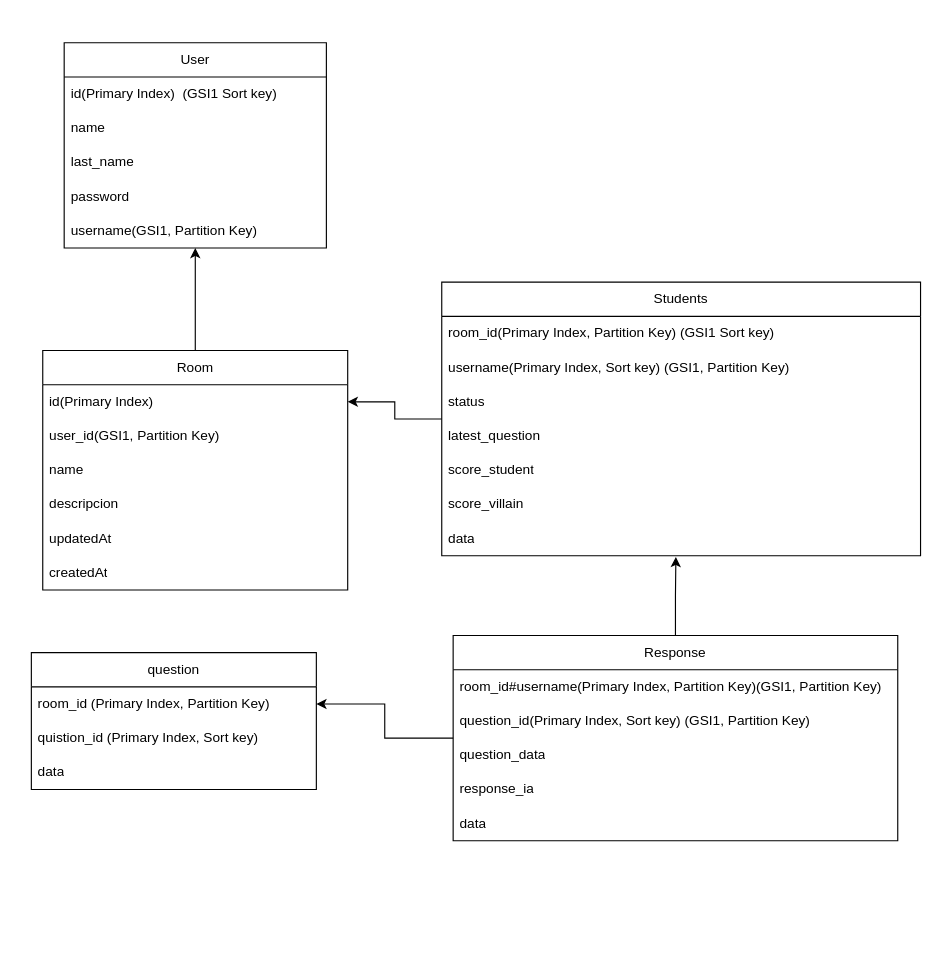
This is page "Página-3" (4 of 6) of archivos_extras/ArquitecturaBack.drawio from jhimyj/Aula360, a draw.io file, before an edit. Source tidied: cells renumbered, new cells numbered last; positions are measured from the earlier drawing's top-left corner, leaving out a move shared by most shapes. Both pictures are drawn from the tidied source at 114%, with x=0, y=0 at pixel (31, 42).
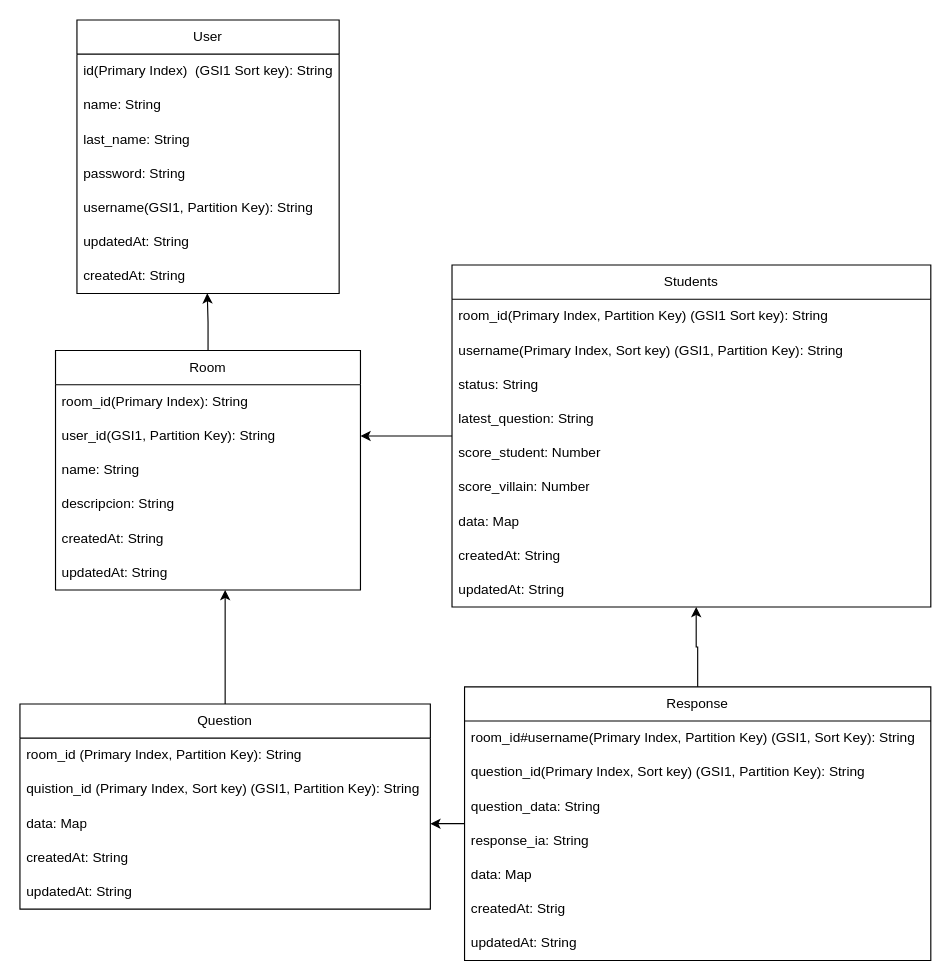
The same page after the edit.

Change to the diagram source:
```diff
@@
     <mxCell id="2" value="User" style="swimlane;fontStyle=0;horizontal=1;startSize=30;whiteSpace=wrap;html=1;" parent="1" vertex="1">
-      <mxGeometry x="28.8" width="230" height="180" as="geometry" />
+      <mxGeometry x="40" y="-20" width="230" height="240" as="geometry" />
     </mxCell>
-    <mxCell id="3" value="id(Primary Index)&amp;nbsp;&amp;nbsp;(GSI1 Sort key)" style="text;strokeColor=none;fillColor=none;align=left;verticalAlign=middle;spacingLeft=4;spacingRight=4;overflow=hidden;whiteSpace=wrap;html=1;" parent="2" vertex="1">
+    <mxCell id="3" value="id(Primary Index)&amp;nbsp;&amp;nbsp;(GSI1 Sort key): String" style="text;strokeColor=none;fillColor=none;align=left;verticalAlign=middle;spacingLeft=4;spacingRight=4;overflow=hidden;whiteSpace=wrap;html=1;" parent="2" vertex="1">
       <mxGeometry y="30" width="230" height="30" as="geometry" />
     </mxCell>
-    <mxCell id="4" value="name" style="text;strokeColor=none;fillColor=none;align=left;verticalAlign=middle;spacingLeft=4;spacingRight=4;overflow=hidden;whiteSpace=wrap;html=1;" parent="2" vertex="1">
+    <mxCell id="4" value="name: String" style="text;strokeColor=none;fillColor=none;align=left;verticalAlign=middle;spacingLeft=4;spacingRight=4;overflow=hidden;whiteSpace=wrap;html=1;" parent="2" vertex="1">
       <mxGeometry y="60" width="230" height="30" as="geometry" />
     </mxCell>
-    <mxCell id="5" value="last_name" style="text;strokeColor=none;fillColor=none;align=left;verticalAlign=middle;spacingLeft=4;spacingRight=4;overflow=hidden;whiteSpace=wrap;html=1;" parent="2" vertex="1">
+    <mxCell id="5" value="last_name: String" style="text;strokeColor=none;fillColor=none;align=left;verticalAlign=middle;spacingLeft=4;spacingRight=4;overflow=hidden;whiteSpace=wrap;html=1;" parent="2" vertex="1">
       <mxGeometry y="90" width="230" height="30" as="geometry" />
     </mxCell>
-    <mxCell id="6" value="password" style="text;strokeColor=none;fillColor=none;align=left;verticalAlign=middle;spacingLeft=4;spacingRight=4;overflow=hidden;whiteSpace=wrap;html=1;" parent="2" vertex="1">
+    <mxCell id="6" value="password: String" style="text;strokeColor=none;fillColor=none;align=left;verticalAlign=middle;spacingLeft=4;spacingRight=4;overflow=hidden;whiteSpace=wrap;html=1;" parent="2" vertex="1">
       <mxGeometry y="120" width="230" height="30" as="geometry" />
     </mxCell>
-    <mxCell id="7" value="username(GSI1, Partition Key)" style="text;strokeColor=none;fillColor=none;align=left;verticalAlign=middle;spacingLeft=4;spacingRight=4;overflow=hidden;points=[[0,0.5],[1,0.5]];portConstraint=eastwest;whiteSpace=wrap;html=1;" parent="2" vertex="1">
+    <mxCell id="7" value="username(GSI1, Partition Key): String" style="text;strokeColor=none;fillColor=none;align=left;verticalAlign=middle;spacingLeft=4;spacingRight=4;overflow=hidden;points=[[0,0.5],[1,0.5]];portConstraint=eastwest;whiteSpace=wrap;html=1;" parent="2" vertex="1">
       <mxGeometry y="150" width="230" height="30" as="geometry" />
     </mxCell>
+    <mxCell id="37" value="updatedAt: String" style="text;strokeColor=none;fillColor=none;align=left;verticalAlign=middle;spacingLeft=4;spacingRight=4;overflow=hidden;whiteSpace=wrap;html=1;" parent="2" vertex="1">
+      <mxGeometry y="180" width="230" height="30" as="geometry" />
+    </mxCell>
+    <mxCell id="38" value="createdAt: String" style="text;strokeColor=none;fillColor=none;align=left;verticalAlign=middle;spacingLeft=4;spacingRight=4;overflow=hidden;points=[[0,0.5],[1,0.5]];portConstraint=eastwest;whiteSpace=wrap;html=1;" parent="2" vertex="1">
+      <mxGeometry y="210" width="230" height="30" as="geometry" />
+    </mxCell>
     <mxCell id="8" value="Room" style="swimlane;fontStyle=0;horizontal=1;startSize=30;whiteSpace=wrap;html=1;" parent="1" vertex="1">
-      <mxGeometry x="10" y="270" width="267.5" height="210" as="geometry" />
+      <mxGeometry x="21.2" y="270" width="267.5" height="210" as="geometry" />
     </mxCell>
-    <mxCell id="9" value="id(Primary Index)&amp;nbsp;" style="text;strokeColor=none;fillColor=none;align=left;verticalAlign=middle;spacingLeft=4;spacingRight=4;overflow=hidden;points=[[0,0.5],[1,0.5]];portConstraint=eastwest;whiteSpace=wrap;html=1;" parent="8" vertex="1">
+    <mxCell id="9" value="room_id(Primary Index): String" style="text;strokeColor=none;fillColor=none;align=left;verticalAlign=middle;spacingLeft=4;spacingRight=4;overflow=hidden;points=[[0,0.5],[1,0.5]];portConstraint=eastwest;whiteSpace=wrap;html=1;" parent="8" vertex="1">
       <mxGeometry y="30" width="267.5" height="30" as="geometry" />
     </mxCell>
-    <mxCell id="10" value="user_id(GSI1, Partition Key)&amp;nbsp;" style="text;strokeColor=none;fillColor=none;align=left;verticalAlign=middle;spacingLeft=4;spacingRight=4;overflow=hidden;points=[[0,0.5],[1,0.5]];portConstraint=eastwest;whiteSpace=wrap;html=1;" parent="8" vertex="1">
+    <mxCell id="10" value="user_id(GSI1, Partition Key): String" style="text;strokeColor=none;fillColor=none;align=left;verticalAlign=middle;spacingLeft=4;spacingRight=4;overflow=hidden;points=[[0,0.5],[1,0.5]];portConstraint=eastwest;whiteSpace=wrap;html=1;" parent="8" vertex="1">
       <mxGeometry y="60" width="267.5" height="30" as="geometry" />
     </mxCell>
-    <mxCell id="11" value="name" style="text;strokeColor=none;fillColor=none;align=left;verticalAlign=middle;spacingLeft=4;spacingRight=4;overflow=hidden;whiteSpace=wrap;html=1;" parent="8" vertex="1">
+    <mxCell id="11" value="name: String" style="text;strokeColor=none;fillColor=none;align=left;verticalAlign=middle;spacingLeft=4;spacingRight=4;overflow=hidden;whiteSpace=wrap;html=1;" parent="8" vertex="1">
       <mxGeometry y="90" width="267.5" height="30" as="geometry" />
     </mxCell>
-    <mxCell id="12" value="descripcion" style="text;strokeColor=none;fillColor=none;align=left;verticalAlign=middle;spacingLeft=4;spacingRight=4;overflow=hidden;whiteSpace=wrap;html=1;" parent="8" vertex="1">
+    <mxCell id="12" value="descripcion: String" style="text;strokeColor=none;fillColor=none;align=left;verticalAlign=middle;spacingLeft=4;spacingRight=4;overflow=hidden;whiteSpace=wrap;html=1;" parent="8" vertex="1">
       <mxGeometry y="120" width="267.5" height="30" as="geometry" />
     </mxCell>
-    <mxCell id="13" value="updatedAt" style="text;strokeColor=none;fillColor=none;align=left;verticalAlign=middle;spacingLeft=4;spacingRight=4;overflow=hidden;whiteSpace=wrap;html=1;" parent="8" vertex="1">
+    <mxCell id="13" value="createdAt: String" style="text;strokeColor=none;fillColor=none;align=left;verticalAlign=middle;spacingLeft=4;spacingRight=4;overflow=hidden;whiteSpace=wrap;html=1;" parent="8" vertex="1">
       <mxGeometry y="150" width="267.5" height="30" as="geometry" />
     </mxCell>
-    <mxCell id="14" value="createdAt" style="text;strokeColor=none;fillColor=none;align=left;verticalAlign=middle;spacingLeft=4;spacingRight=4;overflow=hidden;whiteSpace=wrap;html=1;" parent="8" vertex="1">
+    <mxCell id="14" value="updatedAt: String" style="text;strokeColor=none;fillColor=none;align=left;verticalAlign=middle;spacingLeft=4;spacingRight=4;overflow=hidden;whiteSpace=wrap;html=1;" parent="8" vertex="1">
       <mxGeometry y="180" width="267.5" height="30" as="geometry" />
     </mxCell>
-    <mxCell id="15" value="question" style="swimlane;fontStyle=0;horizontal=1;startSize=30;whiteSpace=wrap;html=1;" parent="1" vertex="1">
-      <mxGeometry y="535" width="250" height="120" as="geometry" />
+    <mxCell id="15" value="Question" style="swimlane;fontStyle=0;horizontal=1;startSize=30;whiteSpace=wrap;html=1;" parent="1" vertex="1">
+      <mxGeometry x="-10" y="580" width="360" height="180" as="geometry" />
     </mxCell>
-    <mxCell id="16" value="room_id (Primary Index, Partition Key)" style="text;strokeColor=none;fillColor=none;align=left;verticalAlign=middle;spacingLeft=4;spacingRight=4;overflow=hidden;points=[[0,0.5],[1,0.5]];portConstraint=eastwest;whiteSpace=wrap;html=1;" parent="15" vertex="1">
-      <mxGeometry y="30" width="250" height="30" as="geometry" />
+    <mxCell id="16" value="room_id (Primary Index, Partition Key): String" style="text;strokeColor=none;fillColor=none;align=left;verticalAlign=middle;spacingLeft=4;spacingRight=4;overflow=hidden;points=[[0,0.5],[1,0.5]];portConstraint=eastwest;whiteSpace=wrap;html=1;" parent="15" vertex="1">
+      <mxGeometry y="30" width="360" height="30" as="geometry" />
     </mxCell>
-    <mxCell id="17" value="quistion_id (Primary Index, Sort key)" style="text;strokeColor=none;fillColor=none;align=left;verticalAlign=middle;spacingLeft=4;spacingRight=4;overflow=hidden;whiteSpace=wrap;html=1;" parent="15" vertex="1">
-      <mxGeometry y="60" width="250" height="30" as="geometry" />
+    <mxCell id="17" value="quistion_id (Primary Index, Sort key) (GSI1, Partition Key): String&amp;nbsp;" style="text;strokeColor=none;fillColor=none;align=left;verticalAlign=middle;spacingLeft=4;spacingRight=4;overflow=hidden;whiteSpace=wrap;html=1;" parent="15" vertex="1">
+      <mxGeometry y="60" width="360" height="30" as="geometry" />
     </mxCell>
-    <mxCell id="18" value="data" style="text;strokeColor=none;fillColor=none;align=left;verticalAlign=middle;spacingLeft=4;spacingRight=4;overflow=hidden;points=[[0,0.5],[1,0.5]];portConstraint=eastwest;whiteSpace=wrap;html=1;" parent="15" vertex="1">
-      <mxGeometry y="90" width="250" height="30" as="geometry" />
+    <mxCell id="18" value="data: Map" style="text;strokeColor=none;fillColor=none;align=left;verticalAlign=middle;spacingLeft=4;spacingRight=4;overflow=hidden;points=[[0,0.5],[1,0.5]];portConstraint=eastwest;whiteSpace=wrap;html=1;" parent="15" vertex="1">
+      <mxGeometry y="90" width="360" height="30" as="geometry" />
     </mxCell>
-    <mxCell id="19" style="edgeStyle=orthogonalEdgeStyle;rounded=0;jettySize=auto;html=1;entryX=1;entryY=0.5;entryDx=0;entryDy=0;" parent="1" edge="1" source="20" target="16">
-      <mxGeometry relative="1" as="geometry" />
-    </mxCell>
+    <mxCell id="39" value="createdAt: String" style="text;strokeColor=none;fillColor=none;align=left;verticalAlign=middle;spacingLeft=4;spacingRight=4;overflow=hidden;whiteSpace=wrap;html=1;" parent="15" vertex="1">
+      <mxGeometry y="120" width="360" height="30" as="geometry" />
+    </mxCell>
+    <mxCell id="40" value="updatedAt: String" style="text;strokeColor=none;fillColor=none;align=left;verticalAlign=middle;spacingLeft=4;spacingRight=4;overflow=hidden;whiteSpace=wrap;html=1;" parent="15" vertex="1">
+      <mxGeometry y="150" width="360" height="30" as="geometry" />
+    </mxCell>
+    <mxCell id="41" style="edgeStyle=orthogonalEdgeStyle;rounded=0;jettySize=auto;html=1;entryX=1;entryY=0.5;entryDx=0;entryDy=0;" parent="1" edge="1" source="20" target="18">
+      <mxGeometry relative="1" as="geometry" />
+    </mxCell>
     <mxCell id="20" value="Response" style="swimlane;fontStyle=0;horizontal=1;startSize=30;whiteSpace=wrap;html=1;" parent="1" vertex="1">
-      <mxGeometry x="370" y="520" width="390" height="180" as="geometry" />
+      <mxGeometry x="380" y="565" width="409" height="240" as="geometry" />
     </mxCell>
-    <mxCell id="21" value="room_id#username(Primary Index, Partition Key)(GSI1, Partition Key)" style="text;strokeColor=none;fillColor=none;align=left;verticalAlign=middle;spacingLeft=4;spacingRight=4;overflow=hidden;whiteSpace=wrap;html=1;" parent="20" vertex="1">
-      <mxGeometry y="30" width="390" height="30" as="geometry" />
+    <mxCell id="21" value="room_id#username(Primary Index, Partition Key) (GSI1, Sort&amp;nbsp;Key): String" style="text;strokeColor=none;fillColor=none;align=left;verticalAlign=middle;spacingLeft=4;spacingRight=4;overflow=hidden;whiteSpace=wrap;html=1;" parent="20" vertex="1">
+      <mxGeometry y="30" width="409" height="30" as="geometry" />
     </mxCell>
-    <mxCell id="22" value="question_id(Primary Index, Sort key) (GSI1, Partition Key)" style="text;strokeColor=none;fillColor=none;align=left;verticalAlign=middle;spacingLeft=4;spacingRight=4;overflow=hidden;whiteSpace=wrap;html=1;" parent="20" vertex="1">
-      <mxGeometry y="60" width="390" height="30" as="geometry" />
+    <mxCell id="22" value="question_id(Primary Index, Sort key) (GSI1, Partition Key): String" style="text;strokeColor=none;fillColor=none;align=left;verticalAlign=middle;spacingLeft=4;spacingRight=4;overflow=hidden;whiteSpace=wrap;html=1;" parent="20" vertex="1">
+      <mxGeometry y="60" width="409" height="30" as="geometry" />
     </mxCell>
-    <mxCell id="23" value="question_data" style="text;strokeColor=none;fillColor=none;align=left;verticalAlign=middle;spacingLeft=4;spacingRight=4;overflow=hidden;whiteSpace=wrap;html=1;" parent="20" vertex="1">
-      <mxGeometry y="90" width="390" height="30" as="geometry" />
+    <mxCell id="23" value="question_data: String" style="text;strokeColor=none;fillColor=none;align=left;verticalAlign=middle;spacingLeft=4;spacingRight=4;overflow=hidden;whiteSpace=wrap;html=1;" parent="20" vertex="1">
+      <mxGeometry y="90" width="409" height="30" as="geometry" />
     </mxCell>
-    <mxCell id="24" value="response_ia" style="text;strokeColor=none;fillColor=none;align=left;verticalAlign=middle;spacingLeft=4;spacingRight=4;overflow=hidden;whiteSpace=wrap;html=1;" parent="20" vertex="1">
-      <mxGeometry y="120" width="390" height="30" as="geometry" />
+    <mxCell id="24" value="response_ia: String" style="text;strokeColor=none;fillColor=none;align=left;verticalAlign=middle;spacingLeft=4;spacingRight=4;overflow=hidden;whiteSpace=wrap;html=1;" parent="20" vertex="1">
+      <mxGeometry y="120" width="409" height="30" as="geometry" />
     </mxCell>
-    <mxCell id="25" value="data" style="text;strokeColor=none;fillColor=none;align=left;verticalAlign=middle;spacingLeft=4;spacingRight=4;overflow=hidden;whiteSpace=wrap;html=1;" parent="20" vertex="1">
-      <mxGeometry y="150" width="390" height="30" as="geometry" />
+    <mxCell id="25" value="data: Map" style="text;strokeColor=none;fillColor=none;align=left;verticalAlign=middle;spacingLeft=4;spacingRight=4;overflow=hidden;whiteSpace=wrap;html=1;" parent="20" vertex="1">
+      <mxGeometry y="150" width="409" height="30" as="geometry" />
     </mxCell>
-    <mxCell id="26" style="edgeStyle=orthogonalEdgeStyle;rounded=0;jettySize=auto;html=1;entryX=0.5;entryY=1;entryDx=0;entryDy=0;entryPerimeter=0;" parent="1" edge="1" source="8" target="7">
-      <mxGeometry relative="1" as="geometry" />
-    </mxCell>
-    <mxCell id="27" style="edgeStyle=orthogonalEdgeStyle;rounded=0;jettySize=auto;html=1;entryX=1;entryY=0.5;entryDx=0;entryDy=0;" parent="1" edge="1" source="28" target="9">
-      <mxGeometry relative="1" as="geometry" />
-    </mxCell>
+    <mxCell id="42" value="createdAt: Strig" style="text;strokeColor=none;fillColor=none;align=left;verticalAlign=middle;spacingLeft=4;spacingRight=4;overflow=hidden;whiteSpace=wrap;html=1;" parent="20" vertex="1">
+      <mxGeometry y="180" width="409" height="30" as="geometry" />
+    </mxCell>
+    <mxCell id="43" value="updatedAt: String" style="text;strokeColor=none;fillColor=none;align=left;verticalAlign=middle;spacingLeft=4;spacingRight=4;overflow=hidden;whiteSpace=wrap;html=1;" parent="20" vertex="1">
+      <mxGeometry y="210" width="409" height="30" as="geometry" />
+    </mxCell>
+    <mxCell id="44" style="edgeStyle=orthogonalEdgeStyle;rounded=0;jettySize=auto;html=1;entryX=1;entryY=0.5;entryDx=0;entryDy=0;" parent="1" edge="1" source="28" target="10">
+      <mxGeometry relative="1" as="geometry" />
+    </mxCell>
     <mxCell id="28" value="Students" style="swimlane;fontStyle=0;horizontal=1;startSize=30;whiteSpace=wrap;html=1;" parent="1" vertex="1">
-      <mxGeometry x="360" y="210" width="420" height="240" as="geometry" />
+      <mxGeometry x="369" y="195" width="420" height="300" as="geometry" />
     </mxCell>
-    <mxCell id="29" value="room_id(Primary Index, Partition Key) (GSI1 Sort key)" style="text;strokeColor=none;fillColor=none;align=left;verticalAlign=middle;spacingLeft=4;spacingRight=4;overflow=hidden;whiteSpace=wrap;html=1;" parent="28" vertex="1">
+    <mxCell id="29" value="room_id(Primary Index, Partition Key) (GSI1 Sort key): String" style="text;strokeColor=none;fillColor=none;align=left;verticalAlign=middle;spacingLeft=4;spacingRight=4;overflow=hidden;whiteSpace=wrap;html=1;" parent="28" vertex="1">
       <mxGeometry y="30" width="420" height="30" as="geometry" />
     </mxCell>
-    <mxCell id="30" value="username(Primary Index, Sort key) (GSI1, Partition Key)" style="text;strokeColor=none;fillColor=none;align=left;verticalAlign=middle;spacingLeft=4;spacingRight=4;overflow=hidden;whiteSpace=wrap;html=1;" parent="28" vertex="1">
+    <mxCell id="30" value="username(Primary Index, Sort key) (GSI1, Partition Key): String" style="text;strokeColor=none;fillColor=none;align=left;verticalAlign=middle;spacingLeft=4;spacingRight=4;overflow=hidden;whiteSpace=wrap;html=1;" parent="28" vertex="1">
       <mxGeometry y="60" width="420" height="30" as="geometry" />
     </mxCell>
-    <mxCell id="31" value="status" style="text;strokeColor=none;fillColor=none;align=left;verticalAlign=middle;spacingLeft=4;spacingRight=4;overflow=hidden;whiteSpace=wrap;html=1;" parent="28" vertex="1">
+    <mxCell id="31" value="status: String" style="text;strokeColor=none;fillColor=none;align=left;verticalAlign=middle;spacingLeft=4;spacingRight=4;overflow=hidden;whiteSpace=wrap;html=1;" parent="28" vertex="1">
       <mxGeometry y="90" width="420" height="30" as="geometry" />
     </mxCell>
-    <mxCell id="32" value="latest_question" style="text;strokeColor=none;fillColor=none;align=left;verticalAlign=middle;spacingLeft=4;spacingRight=4;overflow=hidden;whiteSpace=wrap;html=1;" parent="28" vertex="1">
+    <mxCell id="32" value="latest_question: String" style="text;strokeColor=none;fillColor=none;align=left;verticalAlign=middle;spacingLeft=4;spacingRight=4;overflow=hidden;whiteSpace=wrap;html=1;" parent="28" vertex="1">
       <mxGeometry y="120" width="420" height="30" as="geometry" />
     </mxCell>
-    <mxCell id="33" value="score_student" style="text;strokeColor=none;fillColor=none;align=left;verticalAlign=middle;spacingLeft=4;spacingRight=4;overflow=hidden;whiteSpace=wrap;html=1;" parent="28" vertex="1">
+    <mxCell id="33" value="score_student: Number" style="text;strokeColor=none;fillColor=none;align=left;verticalAlign=middle;spacingLeft=4;spacingRight=4;overflow=hidden;whiteSpace=wrap;html=1;" parent="28" vertex="1">
       <mxGeometry y="150" width="420" height="30" as="geometry" />
     </mxCell>
-    <mxCell id="34" value="score_villain" style="text;strokeColor=none;fillColor=none;align=left;verticalAlign=middle;spacingLeft=4;spacingRight=4;overflow=hidden;whiteSpace=wrap;html=1;" parent="28" vertex="1">
+    <mxCell id="34" value="score_villain: Number" style="text;strokeColor=none;fillColor=none;align=left;verticalAlign=middle;spacingLeft=4;spacingRight=4;overflow=hidden;whiteSpace=wrap;html=1;" parent="28" vertex="1">
       <mxGeometry y="180" width="420" height="30" as="geometry" />
     </mxCell>
-    <mxCell id="35" value="data" style="text;strokeColor=none;fillColor=none;align=left;verticalAlign=middle;spacingLeft=4;spacingRight=4;overflow=hidden;points=[[0,0.5],[1,0.5]];portConstraint=eastwest;whiteSpace=wrap;html=1;" parent="28" vertex="1">
+    <mxCell id="35" value="data:&amp;nbsp;Map" style="text;strokeColor=none;fillColor=none;align=left;verticalAlign=middle;spacingLeft=4;spacingRight=4;overflow=hidden;points=[[0,0.5],[1,0.5]];portConstraint=eastwest;whiteSpace=wrap;html=1;" parent="28" vertex="1">
       <mxGeometry y="210" width="420" height="30" as="geometry" />
     </mxCell>
-    <mxCell id="36" style="edgeStyle=orthogonalEdgeStyle;rounded=0;jettySize=auto;html=1;entryX=0.489;entryY=1.033;entryDx=0;entryDy=0;entryPerimeter=0;" parent="1" edge="1" source="20" target="35">
-      <mxGeometry relative="1" as="geometry" />
-    </mxCell>
+    <mxCell id="45" value="createdAt: String" style="text;strokeColor=none;fillColor=none;align=left;verticalAlign=middle;spacingLeft=4;spacingRight=4;overflow=hidden;whiteSpace=wrap;html=1;" parent="28" vertex="1">
+      <mxGeometry y="240" width="420" height="30" as="geometry" />
+    </mxCell>
+    <mxCell id="46" value="updatedAt: String" style="text;strokeColor=none;fillColor=none;align=left;verticalAlign=middle;spacingLeft=4;spacingRight=4;overflow=hidden;points=[[0,0.5],[1,0.5]];portConstraint=eastwest;whiteSpace=wrap;html=1;" parent="28" vertex="1">
+      <mxGeometry y="270" width="420" height="30" as="geometry" />
+    </mxCell>
+    <mxCell id="47" style="edgeStyle=orthogonalEdgeStyle;rounded=0;jettySize=auto;html=1;entryX=0.497;entryY=0.993;entryDx=0;entryDy=0;entryPerimeter=0;" parent="1" edge="1" source="8" target="38">
+      <mxGeometry relative="1" as="geometry" />
+    </mxCell>
+    <mxCell id="48" style="edgeStyle=orthogonalEdgeStyle;rounded=0;jettySize=auto;html=1;" parent="1" edge="1" source="15">
+      <mxGeometry relative="1" as="geometry">
+        <mxPoint x="170" y="480" as="targetPoint" />
+      </mxGeometry>
+    </mxCell>
+    <mxCell id="49" style="edgeStyle=orthogonalEdgeStyle;rounded=0;jettySize=auto;html=1;entryX=0.51;entryY=1;entryDx=0;entryDy=0;entryPerimeter=0;" parent="1" edge="1" source="20" target="46">
+      <mxGeometry relative="1" as="geometry" />
+    </mxCell>
```
